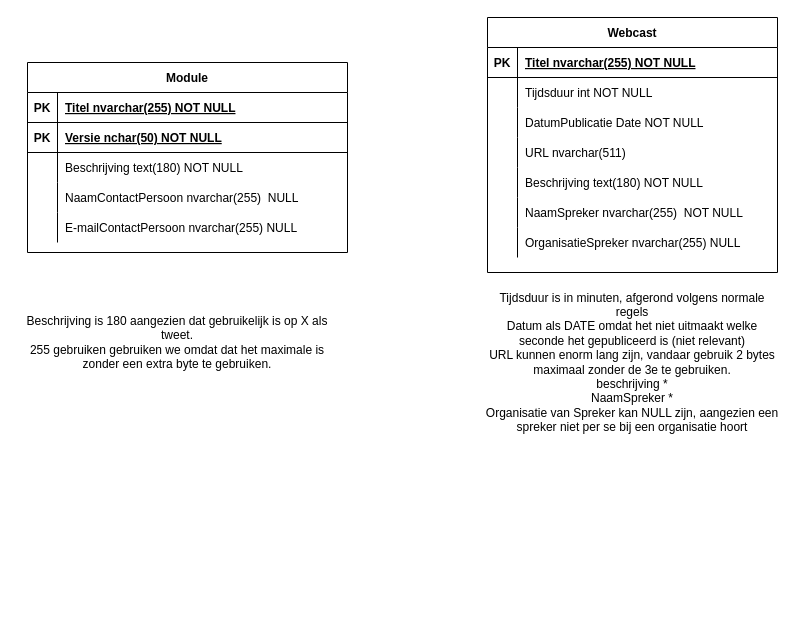
Before: ERD Diagram/ERD-Diagram.drawio in Avans2023-JGKJ/CodeAcademy-JGKJ, a draw.io diagram. Source tidied: cells renumbered, new cells numbered last; positions are measured from the earlier drawing's top-left corner, leaving out a move shared by most shapes. Both pictures are drawn from the tidied source at 100%, with x=0, y=0 at pixel (17, 17).
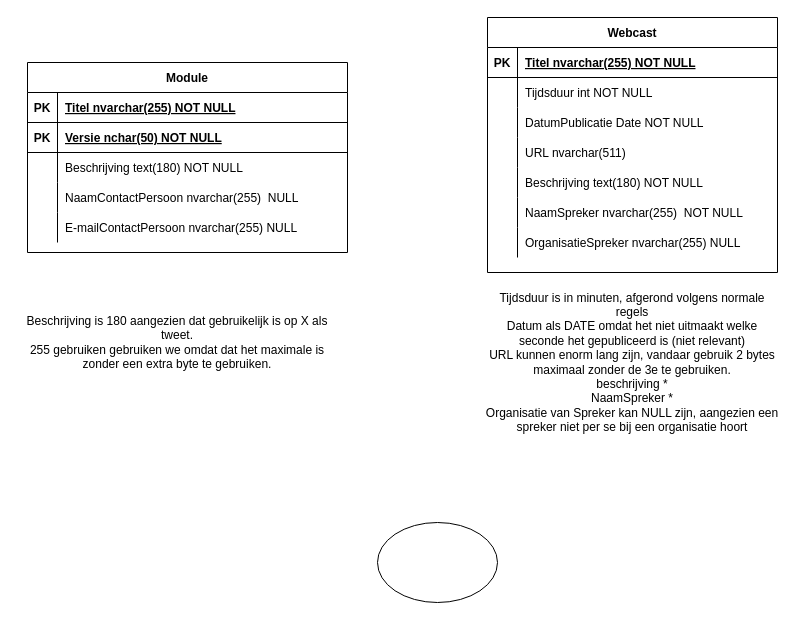
After the change.

Commit message:
Test Cirkel NEGEER!

Test voor samenwerking drawio

Diff of the diagram source:
```diff
@@
+    <mxCell id="42" style="ellipse;whiteSpace=wrap;html=1;" parent="1" vertex="1">
+      <mxGeometry x="360" y="505" width="120" height="80" as="geometry" />
+    </mxCell>
```
